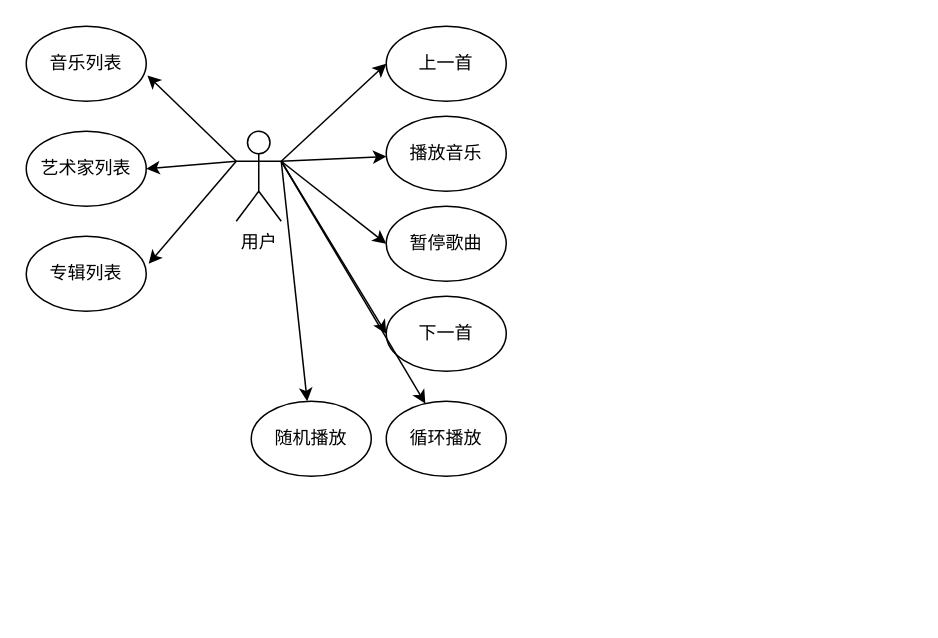
This is Untitled Diagram.drawio from MaverickMing/ChuancyGitHub, a draw.io file, before an edit. Source tidied: cells renumbered, new cells numbered last; positions are measured from the earlier drawing's top-left corner, leaving out a move shared by most shapes. Both pictures are drawn from the tidied source at 150%, with x=0, y=0 at pixel (26, 26).
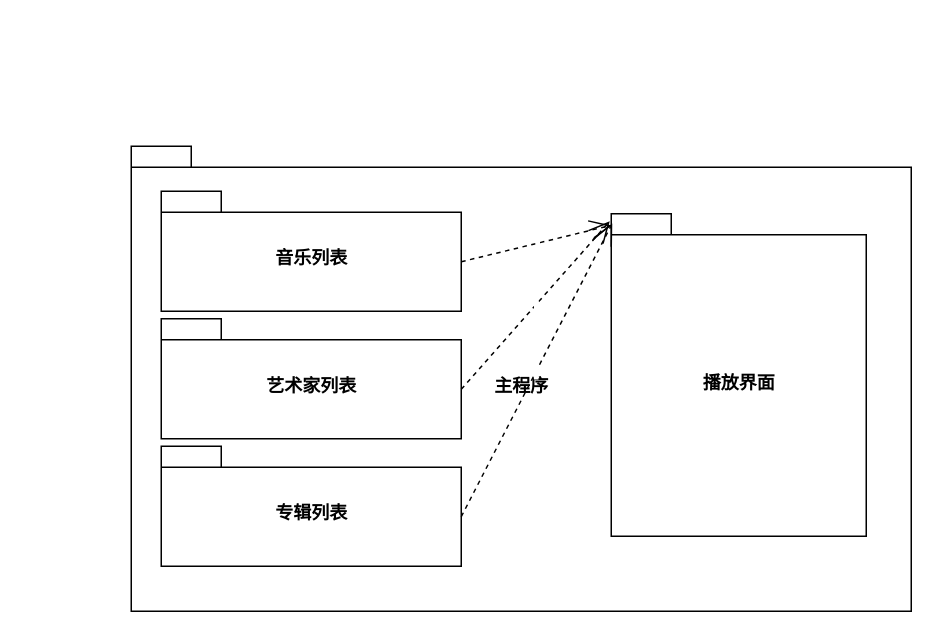
The same page after the edit.

Change to the diagram source:
```diff
@@
-    <mxCell id="2" value="用户" style="shape=umlActor;verticalLabelPosition=bottom;verticalAlign=top;html=1;" parent="1" vertex="1">
-      <mxGeometry x="140" y="70" width="30" height="60" as="geometry" />
-    </mxCell>
-    <mxCell id="3" value="播放音乐" style="ellipse;whiteSpace=wrap;html=1;" parent="1" vertex="1">
-      <mxGeometry x="240" y="60" width="80" height="50" as="geometry" />
-    </mxCell>
+    <mxCell id="21" value="主程序" style="shape=folder;fontStyle=1;spacingTop=10;tabWidth=40;tabHeight=14;tabPosition=left;html=1;" parent="1" vertex="1">
+      <mxGeometry x="70" y="80" width="520" height="310" as="geometry" />
+    </mxCell>
-    <mxCell id="4" value="音乐列表" style="ellipse;whiteSpace=wrap;html=1;" parent="1" vertex="1">
-      <mxGeometry width="80" height="50" as="geometry" />
+    <mxCell id="4" value="音乐列表" style="shape=folder;fontStyle=1;spacingTop=10;tabWidth=40;tabHeight=14;tabPosition=left;html=1;" parent="1" vertex="1">
+      <mxGeometry x="90" y="110" width="200" height="80" as="geometry" />
     </mxCell>
-    <mxCell id="5" value="暂停歌曲" style="ellipse;whiteSpace=wrap;html=1;" parent="1" vertex="1">
-      <mxGeometry x="240" y="120" width="80" height="50" as="geometry" />
-    </mxCell>
-    <mxCell id="6" value="下一首" style="ellipse;whiteSpace=wrap;html=1;" parent="1" vertex="1">
-      <mxGeometry x="240" y="180" width="80" height="50" as="geometry" />
-    </mxCell>
-    <mxCell id="7" value="上一首" style="ellipse;whiteSpace=wrap;html=1;" parent="1" vertex="1">
-      <mxGeometry x="240" width="80" height="50" as="geometry" />
-    </mxCell>
-    <mxCell id="8" value="艺术家列表" style="ellipse;whiteSpace=wrap;html=1;" parent="1" vertex="1">
-      <mxGeometry y="70" width="80" height="50" as="geometry" />
+    <mxCell id="8" value="艺术家列表" style="shape=folder;fontStyle=1;spacingTop=10;tabWidth=40;tabHeight=14;tabPosition=left;html=1;" parent="1" vertex="1">
+      <mxGeometry x="90" y="195" width="200" height="80" as="geometry" />
     </mxCell>
-    <mxCell id="9" value="专辑列表" style="ellipse;whiteSpace=wrap;html=1;" parent="1" vertex="1">
-      <mxGeometry y="140" width="80" height="50" as="geometry" />
+    <mxCell id="9" value="专辑列表" style="shape=folder;fontStyle=1;spacingTop=10;tabWidth=40;tabHeight=14;tabPosition=left;html=1;" parent="1" vertex="1">
+      <mxGeometry x="90" y="280" width="200" height="80" as="geometry" />
     </mxCell>
-    <mxCell id="10" value="随机播放" style="ellipse;whiteSpace=wrap;html=1;" parent="1" vertex="1">
-      <mxGeometry x="150" y="250" width="80" height="50" as="geometry" />
-    </mxCell>
-    <mxCell id="11" value="循环播放" style="ellipse;whiteSpace=wrap;html=1;" parent="1" vertex="1">
-      <mxGeometry x="240" y="250" width="80" height="50" as="geometry" />
-    </mxCell>
-    <mxCell id="12" style="endArrow=classic;html=1;exitX=1;exitY=0.3333333333333333;exitDx=0;exitDy=0;exitPerimeter=0;entryX=0;entryY=0.5;entryDx=0;entryDy=0;" parent="1" edge="1" source="2" target="5">
-      <mxGeometry relative="1" as="geometry" />
-    </mxCell>
-    <mxCell id="13" style="endArrow=classic;html=1;entryX=0;entryY=0.5;entryDx=0;entryDy=0;" parent="1" edge="1" target="7">
-      <mxGeometry relative="1" as="geometry">
-        <mxPoint x="170" y="90" as="sourcePoint" />
-      </mxGeometry>
-    </mxCell>
-    <mxCell id="14" style="endArrow=classic;html=1;entryX=0;entryY=0.5;entryDx=0;entryDy=0;" parent="1" edge="1" target="6">
-      <mxGeometry relative="1" as="geometry">
-        <mxPoint x="170" y="90" as="sourcePoint" />
-      </mxGeometry>
-    </mxCell>
-    <mxCell id="15" style="endArrow=classic;html=1;exitX=1;exitY=0.3333333333333333;exitDx=0;exitDy=0;exitPerimeter=0;" parent="1" edge="1" source="2" target="11">
-      <mxGeometry relative="1" as="geometry" />
-    </mxCell>
-    <mxCell id="16" style="endArrow=classic;html=1;" parent="1" edge="1" target="10">
-      <mxGeometry relative="1" as="geometry">
-        <mxPoint x="170" y="90" as="sourcePoint" />
-      </mxGeometry>
-    </mxCell>
-    <mxCell id="17" style="endArrow=classic;html=1;entryX=1.02;entryY=0.368;entryDx=0;entryDy=0;entryPerimeter=0;" parent="1" edge="1" target="9">
-      <mxGeometry relative="1" as="geometry">
-        <mxPoint x="140" y="90" as="sourcePoint" />
-      </mxGeometry>
-    </mxCell>
-    <mxCell id="18" style="endArrow=classic;html=1;entryX=1;entryY=0.5;entryDx=0;entryDy=0;" parent="1" edge="1" target="8">
-      <mxGeometry relative="1" as="geometry">
-        <mxPoint x="140" y="90" as="sourcePoint" />
-      </mxGeometry>
-    </mxCell>
-    <mxCell id="19" style="endArrow=classic;html=1;entryX=1.01;entryY=0.656;entryDx=0;entryDy=0;entryPerimeter=0;" parent="1" edge="1" target="4">
-      <mxGeometry relative="1" as="geometry">
-        <mxPoint x="140" y="90" as="sourcePoint" />
-      </mxGeometry>
-    </mxCell>
-    <mxCell id="20" style="endArrow=classic;html=1;" parent="1" edge="1" target="3">
-      <mxGeometry relative="1" as="geometry">
-        <mxPoint x="170" y="90" as="sourcePoint" />
-      </mxGeometry>
-    </mxCell>
+    <mxCell id="22" value="播放界面" style="shape=folder;fontStyle=1;spacingTop=10;tabWidth=40;tabHeight=14;tabPosition=left;html=1;" parent="1" vertex="1">
+      <mxGeometry x="390" y="125" width="170" height="215" as="geometry" />
+    </mxCell>
+    <mxCell id="23" value="&amp;nbsp;" style="endArrow=open;endSize=12;dashed=1;html=1;exitX=0;exitY=0;exitDx=200;exitDy=47;exitPerimeter=0;entryX=-0.001;entryY=0.036;entryDx=0;entryDy=0;entryPerimeter=0;" parent="1" edge="1" source="4" target="22">
+      <mxGeometry x="0.02" y="-1" relative="1" as="geometry" />
+    </mxCell>
+    <mxCell id="24" value="&amp;nbsp;" style="endArrow=open;endSize=12;dashed=1;html=1;exitX=0;exitY=0;exitDx=200;exitDy=47;exitPerimeter=0;" parent="1" edge="1" source="8">
+      <mxGeometry relative="1" as="geometry">
+        <mxPoint x="389" y="130" as="targetPoint" />
+      </mxGeometry>
+    </mxCell>
+    <mxCell id="25" value="&amp;nbsp;" style="endArrow=open;endSize=12;dashed=1;html=1;exitX=0;exitY=0;exitDx=200;exitDy=47;exitPerimeter=0;entryX=0.004;entryY=0.03;entryDx=0;entryDy=0;entryPerimeter=0;" parent="1" edge="1" source="9" target="22">
+      <mxGeometry relative="1" as="geometry" />
+    </mxCell>
```
